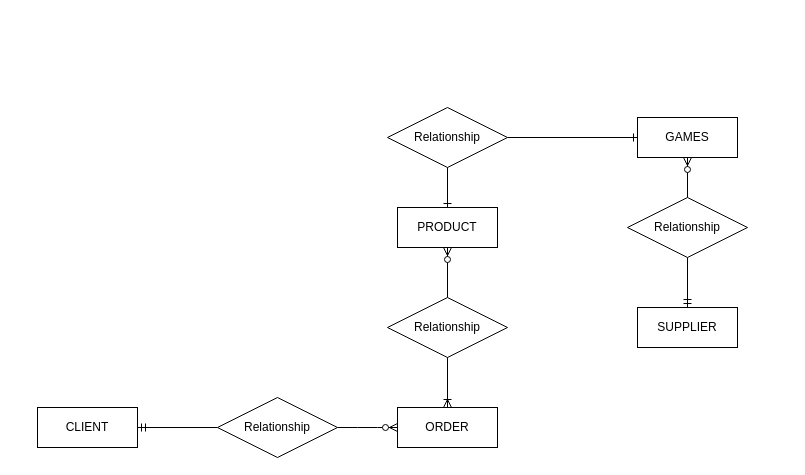
Earlier version of the draw.io diagram Untitled Diagram.drawio (AndresArdila89/dbFinalPrj). Source tidied: cells renumbered, new cells numbered last; positions are measured from the earlier drawing's top-left corner, leaving out a move shared by most shapes. Both pictures are drawn from the tidied source at 100%, with x=0, y=0 at pixel (37, 107).
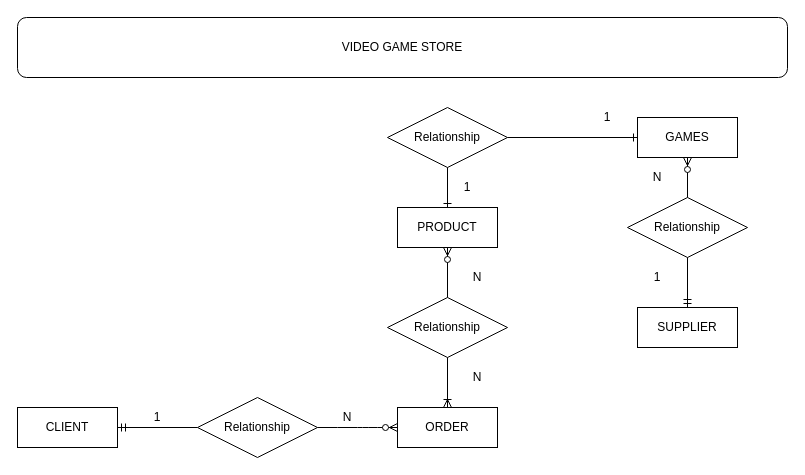
Above is the later version.

Change to the diagram source:
```diff
@@
     <mxCell id="2" value="CLIENT" style="whiteSpace=wrap;html=1;align=center;" parent="1" vertex="1">
-      <mxGeometry y="300" width="100" height="40" as="geometry" />
+      <mxGeometry x="-20" y="300" width="100" height="40" as="geometry" />
     </mxCell>
@@
     <mxCell id="7" value="Relationship" style="shape=rhombus;perimeter=rhombusPerimeter;whiteSpace=wrap;html=1;align=center;rounded=0;" parent="1" vertex="1">
-      <mxGeometry x="180" y="290" width="120" height="60" as="geometry" />
+      <mxGeometry x="160" y="290" width="120" height="60" as="geometry" />
     </mxCell>
@@
+    <mxCell id="19" value="VIDEO GAME STORE" style="rounded=1;whiteSpace=wrap;html=1;" parent="1" vertex="1">
+      <mxGeometry x="-20" y="-90" width="770" height="60" as="geometry" />
+    </mxCell>
+    <mxCell id="20" value="1" style="text;html=1;strokeColor=none;fillColor=none;align=center;verticalAlign=middle;whiteSpace=wrap;rounded=0;" parent="1" vertex="1">
+      <mxGeometry x="100" y="300" width="40" height="20" as="geometry" />
+    </mxCell>
+    <mxCell id="21" value="N" style="text;html=1;strokeColor=none;fillColor=none;align=center;verticalAlign=middle;whiteSpace=wrap;rounded=0;" parent="1" vertex="1">
+      <mxGeometry x="290" y="300" width="40" height="20" as="geometry" />
+    </mxCell>
+    <mxCell id="22" value="N" style="text;html=1;strokeColor=none;fillColor=none;align=center;verticalAlign=middle;whiteSpace=wrap;rounded=0;" parent="1" vertex="1">
+      <mxGeometry x="420" y="260" width="40" height="20" as="geometry" />
+    </mxCell>
+    <mxCell id="23" value="N" style="text;html=1;strokeColor=none;fillColor=none;align=center;verticalAlign=middle;whiteSpace=wrap;rounded=0;" parent="1" vertex="1">
+      <mxGeometry x="420" y="160" width="40" height="20" as="geometry" />
+    </mxCell>
+    <mxCell id="24" value="1" style="text;html=1;strokeColor=none;fillColor=none;align=center;verticalAlign=middle;whiteSpace=wrap;rounded=0;" parent="1" vertex="1">
+      <mxGeometry x="410" y="70" width="40" height="20" as="geometry" />
+    </mxCell>
+    <mxCell id="25" value="1" style="text;html=1;strokeColor=none;fillColor=none;align=center;verticalAlign=middle;whiteSpace=wrap;rounded=0;" parent="1" vertex="1">
+      <mxGeometry x="550" width="40" height="20" as="geometry" />
+    </mxCell>
+    <mxCell id="26" value="1" style="text;html=1;strokeColor=none;fillColor=none;align=center;verticalAlign=middle;whiteSpace=wrap;rounded=0;" parent="1" vertex="1">
+      <mxGeometry x="600" y="160" width="40" height="20" as="geometry" />
+    </mxCell>
+    <mxCell id="27" value="N" style="text;html=1;strokeColor=none;fillColor=none;align=center;verticalAlign=middle;whiteSpace=wrap;rounded=0;" parent="1" vertex="1">
+      <mxGeometry x="600" y="60" width="40" height="20" as="geometry" />
+    </mxCell>
```
